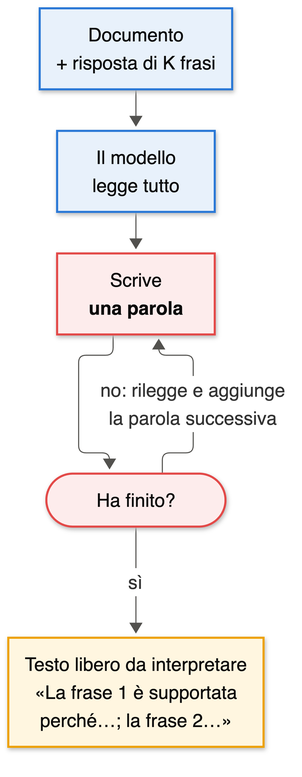
This is Thesis_ita/images/diagrams/llm_autoregressive.png from frankydedo/GroundOne, a Mermaid export, as it was before one commit. Its source is kept beside it as Thesis_ita/images/diagrams/llm_autoregressive.mmd. Source of this version:
```mermaid
%%{init: {'theme':'base','flowchart':{'wrappingWidth':260,'nodeSpacing':35,'rankSpacing':45},'themeVariables':{'fontFamily':'Helvetica','fontSize':'18px','lineColor':'#52514e','edgeLabelBackground':'#ffffff'}}}%%
flowchart TB
    A["Documento<br/>+ risposta di K frasi"] --> B["Il modello<br/>legge tutto"]
    B --> C["Scrive<br/><b>una parola</b>"]
    C --> D(["Ha finito?"])
    D -- "no: rilegge e aggiunge<br/>la parola successiva" --> C
    D -- sì --> E["Testo libero da interpretare<br/>«La frase 1 è supportata<br/>perché…; la frase 2…»"]
    classDef read fill:#e8f1fb,stroke:#2a78d6,stroke-width:2px,color:#0b0b0b
    classDef write fill:#fdecec,stroke:#e34948,stroke-width:2px,color:#0b0b0b
    classDef out fill:#fff6e0,stroke:#eda100,stroke-width:2px,color:#0b0b0b
    class A,B read
    class C,D write
    class E out
```
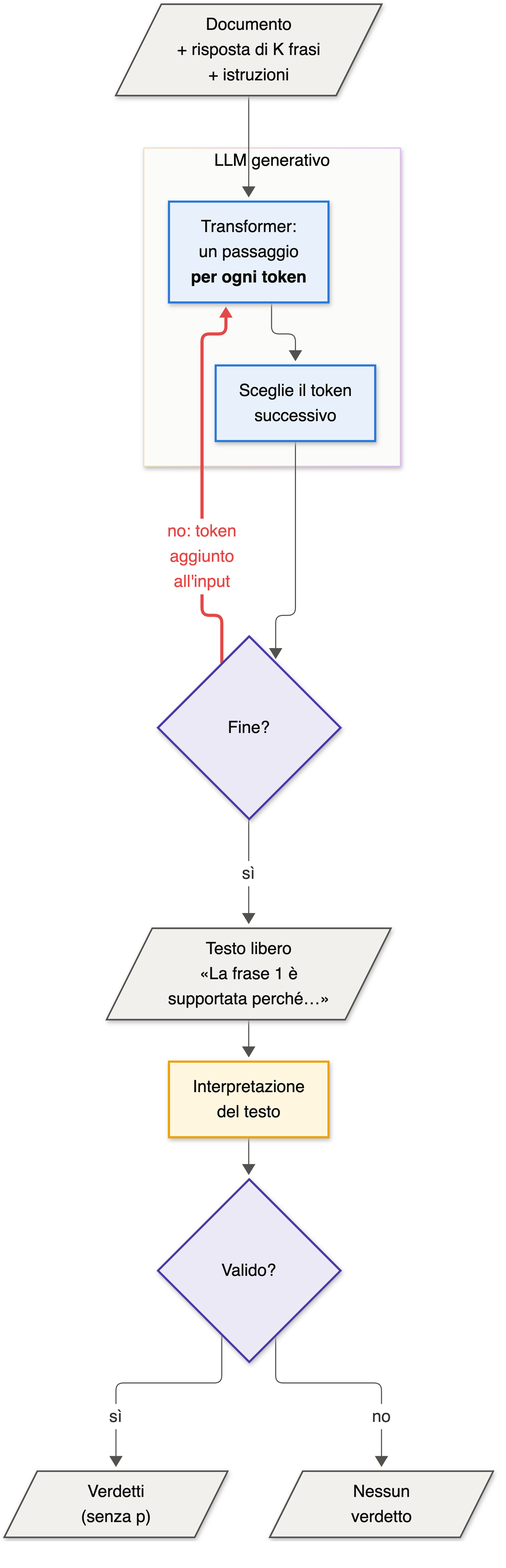
Above is the later version.

Commit message:
Thesis_ita Ch. 1: System One vs LLM figure redrawn in TikZ (decisions in diamonds, I/O parallelograms, model components vs post-processing, autoregressive loop in red); mermaid sources kept

Diff of the diagram source:
```diff
@@ -1,13 +1,25 @@
-%%{init: {'theme':'base','flowchart':{'wrappingWidth':260,'nodeSpacing':35,'rankSpacing':45},'themeVariables':{'fontFamily':'Helvetica','fontSize':'18px','lineColor':'#52514e','edgeLabelBackground':'#ffffff'}}}%%
+%%{init: {'theme':'base','flowchart':{'wrappingWidth':300,'nodeSpacing':18,'rankSpacing':26,'diagramPadding':4},'themeVariables':{'fontFamily':'Helvetica','fontSize':'16px','lineColor':'#52514e','edgeLabelBackground':'#ffffff','clusterBkg':'#fbfbfa','clusterBorder':'#9a9890'}}}%%
 flowchart TB
-    A["Documento<br/>+ risposta di K frasi"] --> B["Il modello<br/>legge tutto"]
-    B --> C["Scrive<br/><b>una parola</b>"]
-    C --> D(["Ha finito?"])
-    D -- "no: rilegge e aggiunge<br/>la parola successiva" --> C
-    D -- sì --> E["Testo libero da interpretare<br/>«La frase 1 è supportata<br/>perché…; la frase 2…»"]
-    classDef read fill:#e8f1fb,stroke:#2a78d6,stroke-width:2px,color:#0b0b0b
-    classDef write fill:#fdecec,stroke:#e34948,stroke-width:2px,color:#0b0b0b
-    classDef out fill:#fff6e0,stroke:#eda100,stroke-width:2px,color:#0b0b0b
-    class A,B read
-    class C,D write
-    class E out
+    IN[/"Documento<br/>+ risposta di K frasi<br/>+ istruzioni"/]
+    subgraph M["LLM generativo"]
+        T["Transformer:<br/>un passaggio<br/><b>per ogni token</b>"]
+        S["Sceglie il token<br/>successivo"]
+        T --> S
+    end
+    IN --> T
+    S --> D{"Fine?"}
+    D -- "no: token<br/>aggiunto<br/>all'input" --> T
+    D -- sì --> TXT[/"Testo libero<br/>«La frase 1 è<br/>supportata perché…»"/]
+    TXT --> P["Interpretazione<br/>del testo"]
+    P --> F{"Valido?"}
+    F -- sì --> O1[/"Verdetti<br/>(senza p)"/]
+    F -- no --> O2[/"Nessun<br/>verdetto"/]
+    classDef io fill:#f1f0ec,stroke:#52514e,stroke-width:1.5px,color:#0b0b0b
+    classDef model fill:#e8f1fb,stroke:#2a78d6,stroke-width:2px,color:#0b0b0b
+    classDef post fill:#fff6e0,stroke:#eda100,stroke-width:2px,color:#0b0b0b
+    classDef decision fill:#ece9f7,stroke:#4a3aa7,stroke-width:2px,color:#0b0b0b
+    class IN,TXT,O1,O2 io
+    class T,S model
+    class P post
+    class D,F decision
+    linkStyle 3 stroke:#e34948,stroke-width:3px,color:#e34948
```
